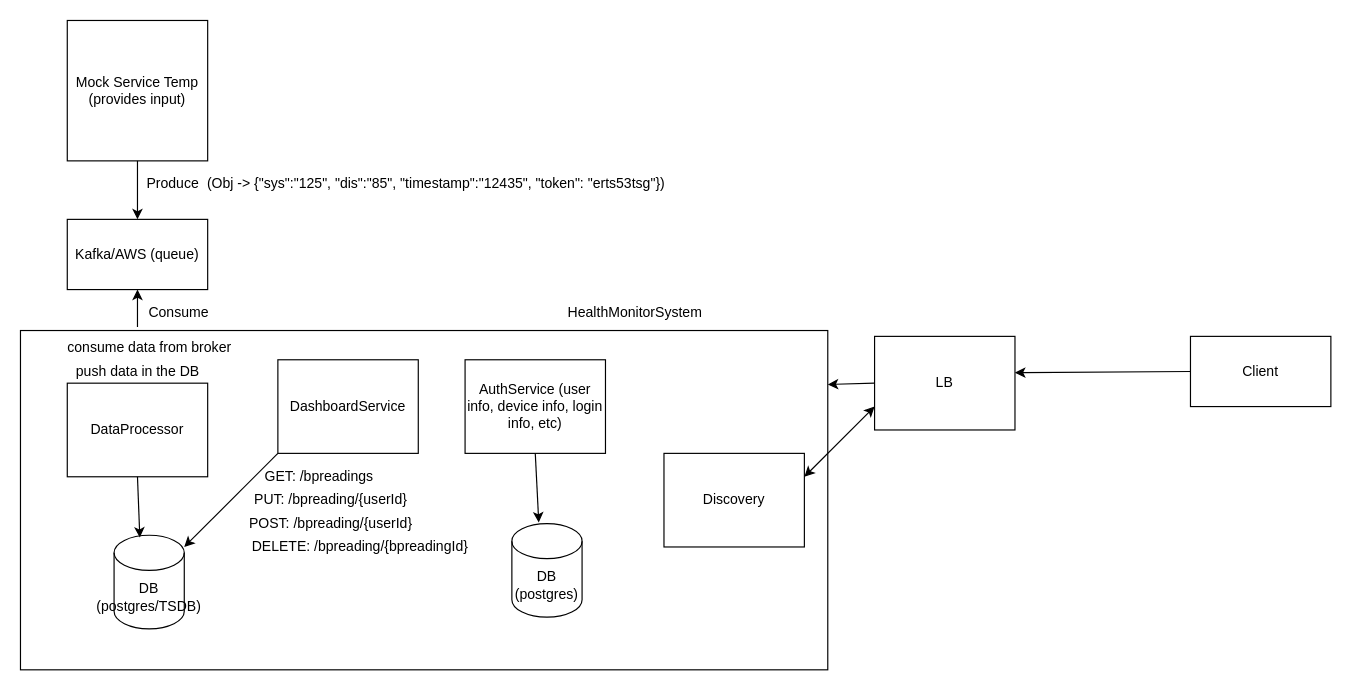
This is resources/app/Untitled Diagram.drawio from rahulBarahpuria/demo, a draw.io file, before an edit. Source tidied: cells renumbered, new cells numbered last; positions are measured from the earlier drawing's top-left corner, leaving out a move shared by most shapes. Both pictures are drawn from the tidied source at 117%, with x=0, y=0 at pixel (20, 20).
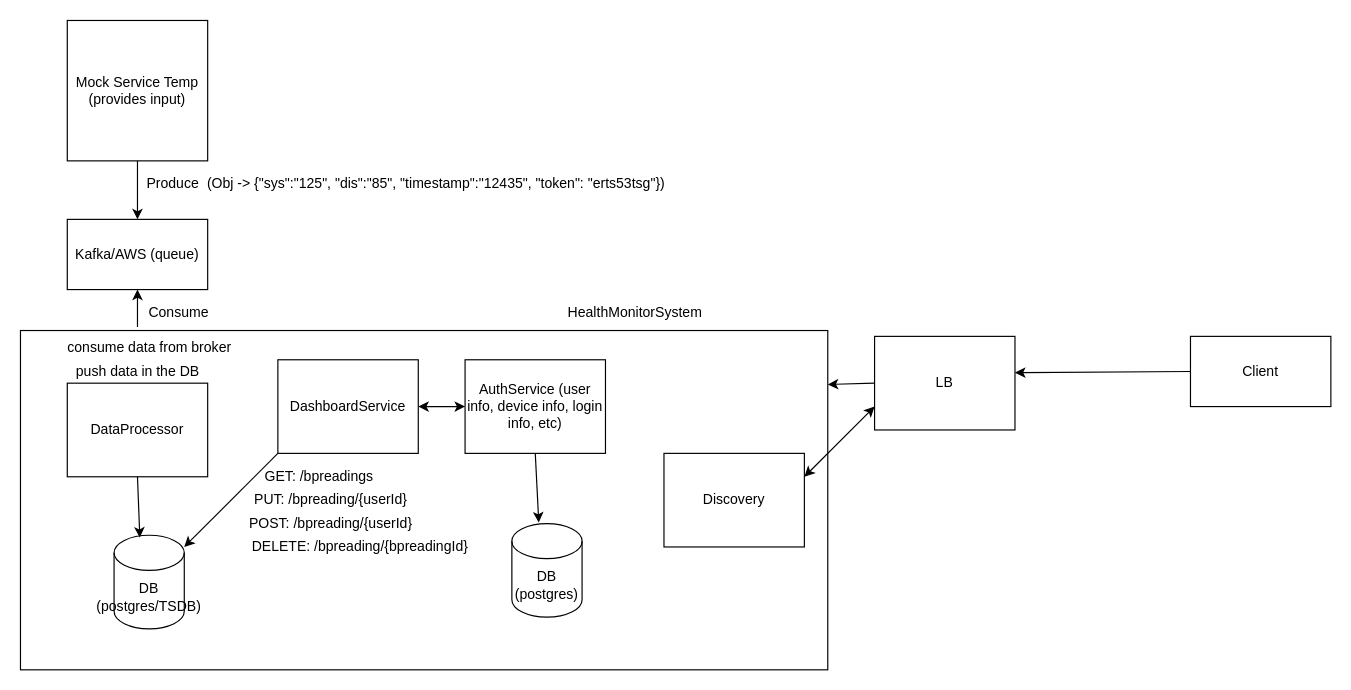
The same diagram, later.

Commit message:
HealthMonitor - Design

The edit, as a diff of the source:
```diff
@@
+    <mxCell id="32" style="endArrow=classic;startArrow=classic;html=1;" parent="1" edge="1">
+      <mxGeometry relative="1" as="geometry">
+        <mxPoint x="340" y="330" as="sourcePoint" />
+        <mxPoint x="380" y="330" as="targetPoint" />
+      </mxGeometry>
+    </mxCell>
```
